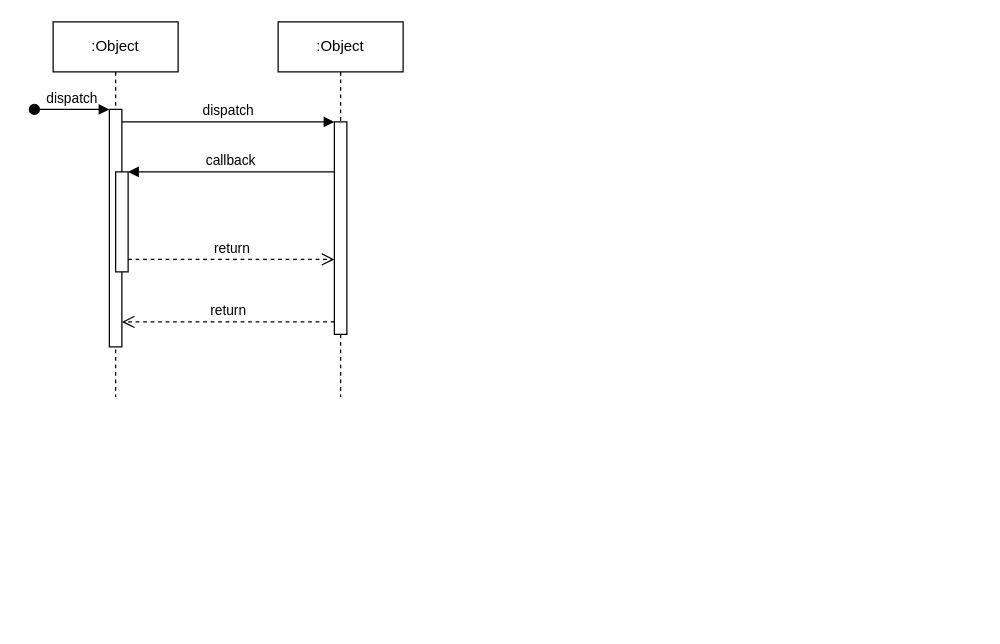
mcpersiko/devsmcp keeps this draw.io diagram as Untitled Diagram.drawio. Above is the earlier version. Source tidied: cells renumbered, new cells numbered last; positions are measured from the earlier drawing's top-left corner, leaving out a move shared by most shapes. Both pictures are drawn from the tidied source at 125%, with x=0, y=0 at pixel (34, 21).
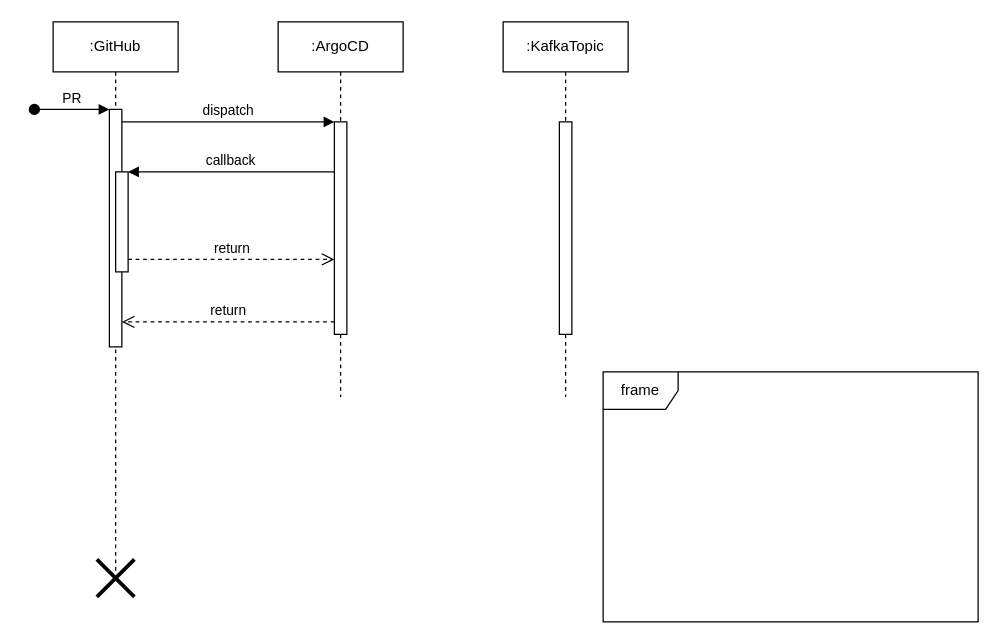
Above is the later version.

Commit message:
Objects for devsmcp

Unchanged cells that the change refers to:
```xml
<mxCell id="3" style="html=1;points=[];perimeter=orthogonalPerimeter;outlineConnect=0;targetShapes=umlLifeline;portConstraint=eastwest;newEdgeStyle={&quot;edgeStyle&quot;:&quot;elbowEdgeStyle&quot;,&quot;elbow&quot;:&quot;vertical&quot;,&quot;curved&quot;:0,&quot;rounded&quot;:0};" parent="2" vertex="1">
  <mxGeometry x="45" y="70" width="10" height="190" as="geometry" />
</mxCell>
```

What changed in the source:
```diff
@@
-    <mxCell id="2" value=":Object" style="shape=umlLifeline;perimeter=lifelinePerimeter;whiteSpace=wrap;html=1;newEdgeStyle={&quot;edgeStyle&quot;:&quot;elbowEdgeStyle&quot;,&quot;elbow&quot;:&quot;vertical&quot;,&quot;curved&quot;:0,&quot;rounded&quot;:0};" parent="1" vertex="1">
-      <mxGeometry x="15" width="100" height="300" as="geometry" />
+    <mxCell id="2" value=":GitHub" style="shape=umlLifeline;perimeter=lifelinePerimeter;whiteSpace=wrap;html=1;newEdgeStyle={&quot;edgeStyle&quot;:&quot;elbowEdgeStyle&quot;,&quot;elbow&quot;:&quot;vertical&quot;,&quot;curved&quot;:0,&quot;rounded&quot;:0};" parent="1" vertex="1">
+      <mxGeometry x="15" width="100" height="440" as="geometry" />
     </mxCell>
@@
-    <mxCell id="4" value="dispatch" style="html=1;verticalAlign=bottom;startArrow=oval;endArrow=block;startSize=8;edgeStyle=elbowEdgeStyle;elbow=vertical;curved=0;rounded=0;" parent="2" edge="1" target="3">
+    <mxCell id="4" value="PR" style="html=1;verticalAlign=bottom;startArrow=oval;endArrow=block;startSize=8;edgeStyle=elbowEdgeStyle;elbow=vertical;curved=0;rounded=0;" parent="2" edge="1" target="3">
       <mxGeometry relative="1" as="geometry">
         <mxPoint x="-15" y="70" as="sourcePoint" />
       </mxGeometry>
     </mxCell>
@@
+    <mxCell id="12" style="shape=umlDestroy;whiteSpace=wrap;html=1;strokeWidth=3;targetShapes=umlLifeline;" parent="2" vertex="1">
+      <mxGeometry x="35" y="430" width="30" height="30" as="geometry" />
+    </mxCell>
-    <mxCell id="6" value=":Object" style="shape=umlLifeline;perimeter=lifelinePerimeter;whiteSpace=wrap;html=1;newEdgeStyle={&quot;edgeStyle&quot;:&quot;elbowEdgeStyle&quot;,&quot;elbow&quot;:&quot;vertical&quot;,&quot;curved&quot;:0,&quot;rounded&quot;:0};" parent="1" vertex="1">
+    <mxCell id="6" value=":ArgoCD" style="shape=umlLifeline;perimeter=lifelinePerimeter;whiteSpace=wrap;html=1;newEdgeStyle={&quot;edgeStyle&quot;:&quot;elbowEdgeStyle&quot;,&quot;elbow&quot;:&quot;vertical&quot;,&quot;curved&quot;:0,&quot;rounded&quot;:0};" parent="1" vertex="1">
       <mxGeometry x="195" width="100" height="300" as="geometry" />
     </mxCell>
@@
+    <mxCell id="13" value="frame" style="shape=umlFrame;whiteSpace=wrap;html=1;" parent="1" vertex="1">
+      <mxGeometry x="455" y="280" width="300" height="200" as="geometry" />
+    </mxCell>
+    <mxCell id="14" value=":KafkaTopic" style="shape=umlLifeline;perimeter=lifelinePerimeter;whiteSpace=wrap;html=1;newEdgeStyle={&quot;edgeStyle&quot;:&quot;elbowEdgeStyle&quot;,&quot;elbow&quot;:&quot;vertical&quot;,&quot;curved&quot;:0,&quot;rounded&quot;:0};" parent="1" vertex="1">
+      <mxGeometry x="375" width="100" height="300" as="geometry" />
+    </mxCell>
+    <mxCell id="15" style="html=1;perimeter=orthogonalPerimeter;targetShapes=umlLifeline;newEdgeStyle={&quot;edgeStyle&quot;:&quot;elbowEdgeStyle&quot;,&quot;elbow&quot;:&quot;vertical&quot;,&quot;curved&quot;:0,&quot;rounded&quot;:0};" parent="14" vertex="1">
+      <mxGeometry x="45" y="80" width="10" height="170" as="geometry" />
+    </mxCell>
```
